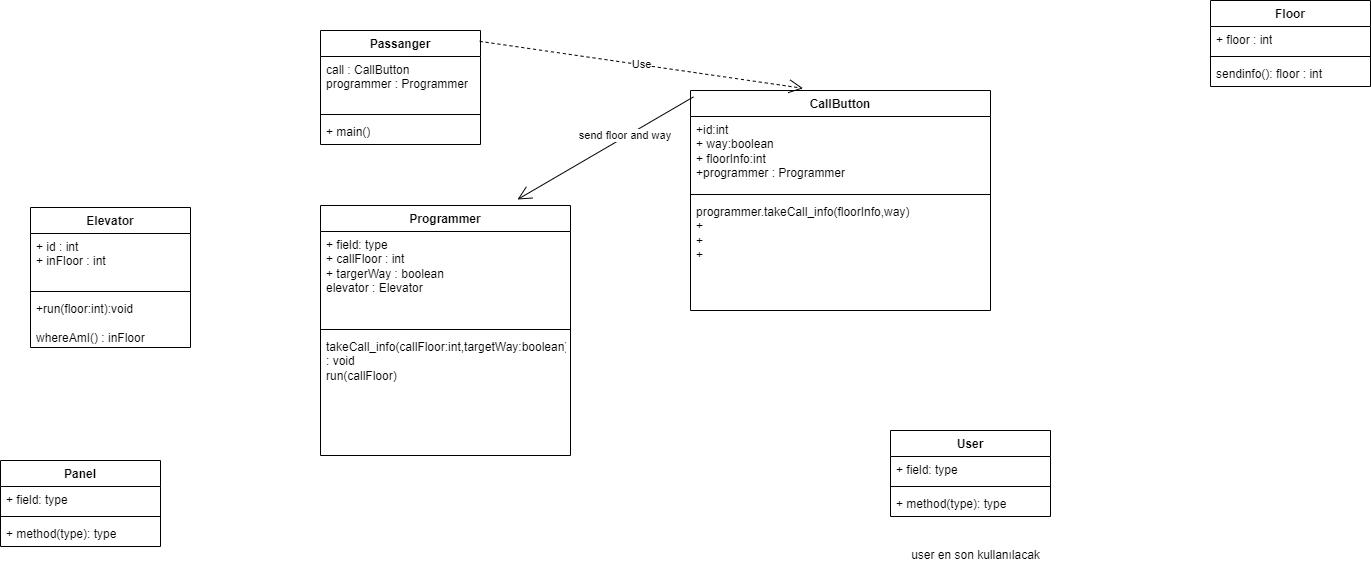
The draw.io diagram elevator similation.drawio.png in orhanozyurtt/UML-FILES, before a commit. Source tidied: cells renumbered, new cells last; positions are measured from the earlier drawing's top-left corner, leaving out a move shared by most shapes.
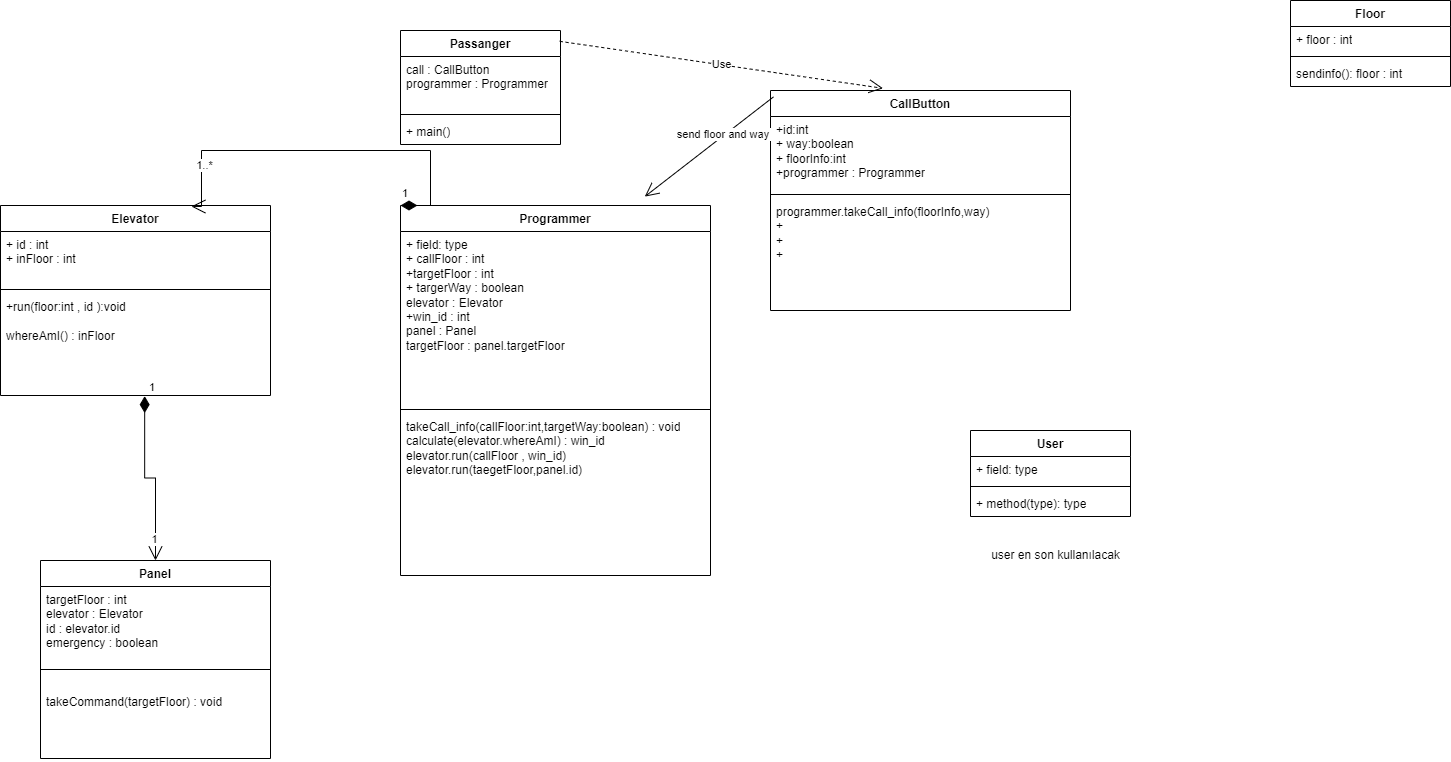
The same diagram one commit later.

What changed in the source:
```diff
@@ -3,28 +3,28 @@
     <mxCell id="0" />
     <mxCell id="1" parent="0" />
     <mxCell id="2" value="Panel" style="swimlane;fontStyle=1;align=center;verticalAlign=top;horizontal=1;startSize=26;whiteSpace=wrap;html=1;" parent="1" vertex="1">
-      <mxGeometry y="460" width="160" height="86" as="geometry" />
+      <mxGeometry x="-40" y="560" width="230" height="198" as="geometry" />
     </mxCell>
-    <mxCell id="3" value="+ field: type" style="text;strokeColor=none;fillColor=none;align=left;verticalAlign=top;spacingLeft=4;spacingRight=4;overflow=hidden;whiteSpace=wrap;html=1;" parent="2" vertex="1">
-      <mxGeometry y="26" width="160" height="26" as="geometry" />
+    <mxCell id="3" value="targetFloor : int&amp;nbsp;&lt;br&gt;elevator : Elevator&lt;br&gt;id : elevator.id&lt;br&gt;emergency : boolean" style="text;strokeColor=none;fillColor=none;align=left;verticalAlign=top;spacingLeft=4;spacingRight=4;overflow=hidden;whiteSpace=wrap;html=1;" parent="2" vertex="1">
+      <mxGeometry y="26" width="230" height="64" as="geometry" />
     </mxCell>
     <mxCell id="4" style="line;strokeWidth=1;fillColor=none;align=left;verticalAlign=middle;spacingTop=-1;spacingLeft=3;spacingRight=3;labelPosition=right;strokeColor=inherit;" parent="2" vertex="1">
-      <mxGeometry y="52" width="160" height="8" as="geometry" />
+      <mxGeometry y="90" width="230" height="38" as="geometry" />
     </mxCell>
-    <mxCell id="5" value="+ method(type): type" style="text;strokeColor=none;fillColor=none;align=left;verticalAlign=top;spacingLeft=4;spacingRight=4;overflow=hidden;whiteSpace=wrap;html=1;" parent="2" vertex="1">
-      <mxGeometry y="60" width="160" height="26" as="geometry" />
+    <mxCell id="5" value="takeCommand(targetFloor) : void" style="text;strokeColor=none;fillColor=none;align=left;verticalAlign=top;spacingLeft=4;spacingRight=4;overflow=hidden;whiteSpace=wrap;html=1;" parent="2" vertex="1">
+      <mxGeometry y="128" width="230" height="70" as="geometry" />
     </mxCell>
     <mxCell id="6" value="Elevator" style="swimlane;fontStyle=1;align=center;verticalAlign=top;horizontal=1;startSize=26;whiteSpace=wrap;html=1;" parent="1" vertex="1">
-      <mxGeometry x="30" y="207" width="160" height="140" as="geometry" />
+      <mxGeometry x="-80" y="205" width="270" height="190" as="geometry" />
     </mxCell>
     <mxCell id="7" value="+ id : int&amp;nbsp;&lt;br&gt;+ inFloor : int" style="text;strokeColor=none;fillColor=none;align=left;verticalAlign=top;spacingLeft=4;spacingRight=4;overflow=hidden;whiteSpace=wrap;html=1;" parent="6" vertex="1">
-      <mxGeometry y="26" width="160" height="54" as="geometry" />
+      <mxGeometry y="26" width="270" height="54" as="geometry" />
     </mxCell>
     <mxCell id="8" style="line;strokeWidth=1;fillColor=none;align=left;verticalAlign=middle;spacingTop=-1;spacingLeft=3;spacingRight=3;labelPosition=right;strokeColor=inherit;" parent="6" vertex="1">
-      <mxGeometry y="80" width="160" height="8" as="geometry" />
+      <mxGeometry y="80" width="270" height="8" as="geometry" />
     </mxCell>
-    <mxCell id="9" value="+run(floor:int):void&lt;br&gt;&lt;br&gt;whereAmI() : inFloor" style="text;strokeColor=none;fillColor=none;align=left;verticalAlign=top;spacingLeft=4;spacingRight=4;overflow=hidden;points=[[0,0.5],[1,0.5]];portConstraint=eastwest;whiteSpace=wrap;html=1;" parent="6" vertex="1">
-      <mxGeometry y="88" width="160" height="52" as="geometry" />
+    <mxCell id="9" value="+run(floor:int , id ):void&lt;br&gt;&lt;br&gt;whereAmI() : inFloor&lt;br&gt;" style="text;strokeColor=none;fillColor=none;align=left;verticalAlign=top;spacingLeft=4;spacingRight=4;overflow=hidden;points=[[0,0.5],[1,0.5]];portConstraint=eastwest;whiteSpace=wrap;html=1;" parent="6" vertex="1">
+      <mxGeometry y="88" width="270" height="102" as="geometry" />
     </mxCell>
     <mxCell id="10" value="Passanger" style="swimlane;fontStyle=1;align=center;verticalAlign=top;horizontal=1;startSize=26;whiteSpace=wrap;html=1;" parent="1" vertex="1">
       <mxGeometry x="320" y="30" width="160" height="114" as="geometry" />
@@ -87,16 +87,35 @@
       <mxGeometry y="60" width="160" height="26" as="geometry" />
     </mxCell>
     <mxCell id="30" value="Programmer" style="swimlane;fontStyle=1;align=center;verticalAlign=top;horizontal=1;startSize=26;whiteSpace=wrap;html=1;" parent="1" vertex="1">
-      <mxGeometry x="320" y="205" width="250" height="250" as="geometry" />
+      <mxGeometry x="320" y="205" width="310" height="370" as="geometry" />
     </mxCell>
-    <mxCell id="31" value="+ field: type&lt;br&gt;+ callFloor : int&amp;nbsp;&lt;br&gt;+ targerWay : boolean&lt;br&gt;elevator : Elevator" style="text;strokeColor=none;fillColor=none;align=left;verticalAlign=top;spacingLeft=4;spacingRight=4;overflow=hidden;whiteSpace=wrap;html=1;" parent="30" vertex="1">
-      <mxGeometry y="26" width="250" height="94" as="geometry" />
+    <mxCell id="31" value="+ field: type&lt;br&gt;+ callFloor : int&amp;nbsp;&lt;br&gt;+targetFloor : int&lt;br&gt;+ targerWay : boolean&lt;br&gt;elevator : Elevator&lt;br&gt;+win_id : int&lt;br&gt;panel : Panel&amp;nbsp;&lt;br&gt;targetFloor : panel.targetFloor&lt;br&gt;" style="text;strokeColor=none;fillColor=none;align=left;verticalAlign=top;spacingLeft=4;spacingRight=4;overflow=hidden;whiteSpace=wrap;html=1;" parent="30" vertex="1">
+      <mxGeometry y="26" width="310" height="174" as="geometry" />
     </mxCell>
     <mxCell id="32" style="line;strokeWidth=1;fillColor=none;align=left;verticalAlign=middle;spacingTop=-1;spacingLeft=3;spacingRight=3;labelPosition=right;strokeColor=inherit;" parent="30" vertex="1">
-      <mxGeometry y="120" width="250" height="8" as="geometry" />
+      <mxGeometry y="200" width="310" height="8" as="geometry" />
     </mxCell>
-    <mxCell id="33" value="takeCall_info(callFloor:int,targetWay:boolean) : void&lt;br&gt;run(callFloor)" style="text;strokeColor=none;fillColor=none;align=left;verticalAlign=top;spacingLeft=4;spacingRight=4;overflow=hidden;whiteSpace=wrap;html=1;" parent="30" vertex="1">
-      <mxGeometry y="128" width="250" height="122" as="geometry" />
+    <mxCell id="33" value="takeCall_info(callFloor:int,targetWay:boolean) : void&lt;br&gt;calculate(elevator.whereAmI) : win_id&lt;br&gt;elevator.run(callFloor , win_id)&lt;br&gt;elevator.run(taegetFloor,panel.id)&lt;br&gt;" style="text;strokeColor=none;fillColor=none;align=left;verticalAlign=top;spacingLeft=4;spacingRight=4;overflow=hidden;whiteSpace=wrap;html=1;" parent="30" vertex="1">
+      <mxGeometry y="208" width="310" height="162" as="geometry" />
     </mxCell>
+    <mxCell id="34" value="1" style="endArrow=open;html=1;endSize=12;startArrow=diamondThin;startSize=14;startFill=1;edgeStyle=orthogonalEdgeStyle;align=left;verticalAlign=bottom;rounded=0;exitX=0;exitY=0;exitDx=0;exitDy=0;entryX=0.707;entryY=0.005;entryDx=0;entryDy=0;entryPerimeter=0;" parent="1" edge="1" source="30" target="6">
+      <mxGeometry x="-1" y="3" relative="1" as="geometry">
+        <Array as="points">
+          <mxPoint x="350" y="205" />
+          <mxPoint x="350" y="150" />
+          <mxPoint x="121" y="150" />
+          <mxPoint x="121" y="206" />
+        </Array>
+      </mxGeometry>
+    </mxCell>
+    <mxCell id="35" value="1..*" style="edgeLabel;html=1;align=center;verticalAlign=middle;" parent="34" vertex="1">
+      <mxGeometry x="0.73" y="3" relative="1" as="geometry" />
+    </mxCell>
+    <mxCell id="36" value="1" style="endArrow=open;html=1;endSize=12;startArrow=diamondThin;startSize=14;startFill=1;edgeStyle=orthogonalEdgeStyle;align=left;verticalAlign=bottom;rounded=0;exitX=0.534;exitY=1.006;exitDx=0;exitDy=0;exitPerimeter=0;" parent="1" edge="1" source="9" target="2">
+      <mxGeometry x="-1" y="3" relative="1" as="geometry" />
+    </mxCell>
+    <mxCell id="37" value="1" style="edgeLabel;html=1;align=center;verticalAlign=middle;" parent="36" vertex="1">
+      <mxGeometry x="0.75" y="-1" relative="1" as="geometry" />
+    </mxCell>
   </root>
 </mxGraphModel>
```
